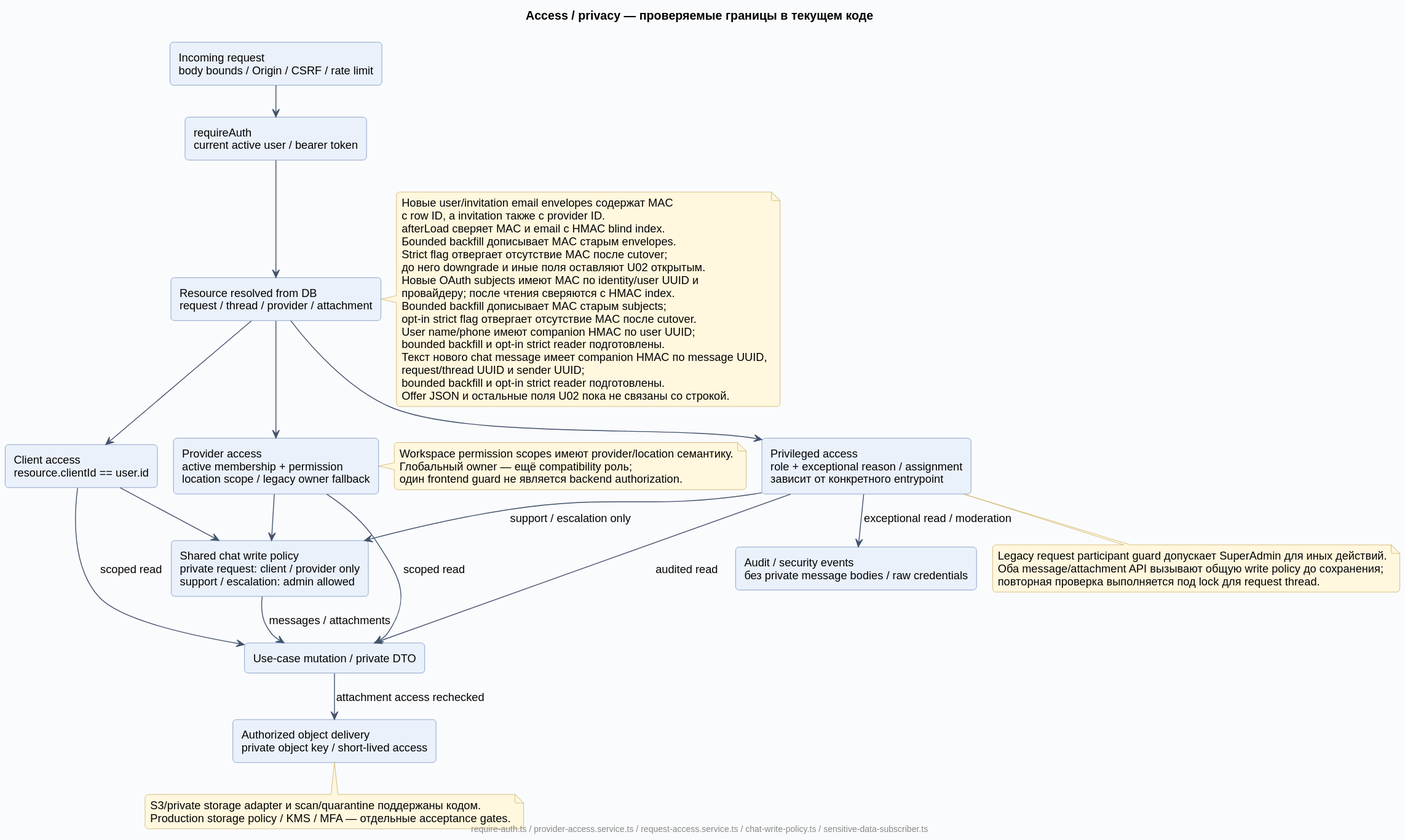
Earlier version of the PlantUML export docs/diagrams/rendered/09-access-privacy.svg (Dima163163/auto-care-hub).
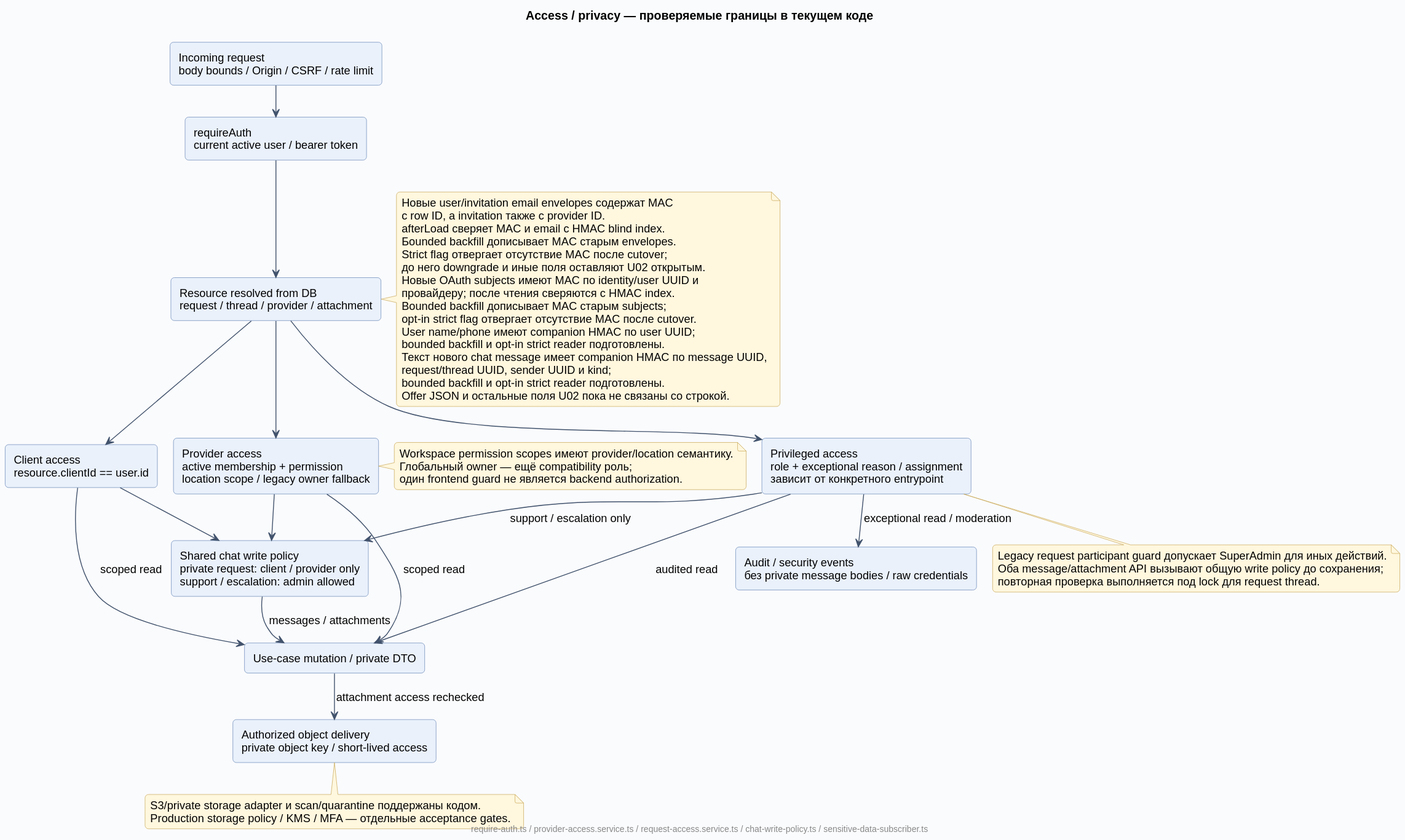
Later version of the same file.

The edit, as a diff of the source:
```diff
@@ -45,7 +45,7 @@
   User name/phone имеют companion HMAC по user UUID;
   bounded backfill и opt-in strict reader подготовлены.
   Текст нового chat message имеет companion HMAC по message UUID,
-  request/thread UUID и sender UUID;
+  request/thread UUID, sender UUID и kind;
   bounded backfill и opt-in strict reader подготовлены.
   Offer JSON и остальные поля U02 пока не связаны со строкой.
 end note
```
